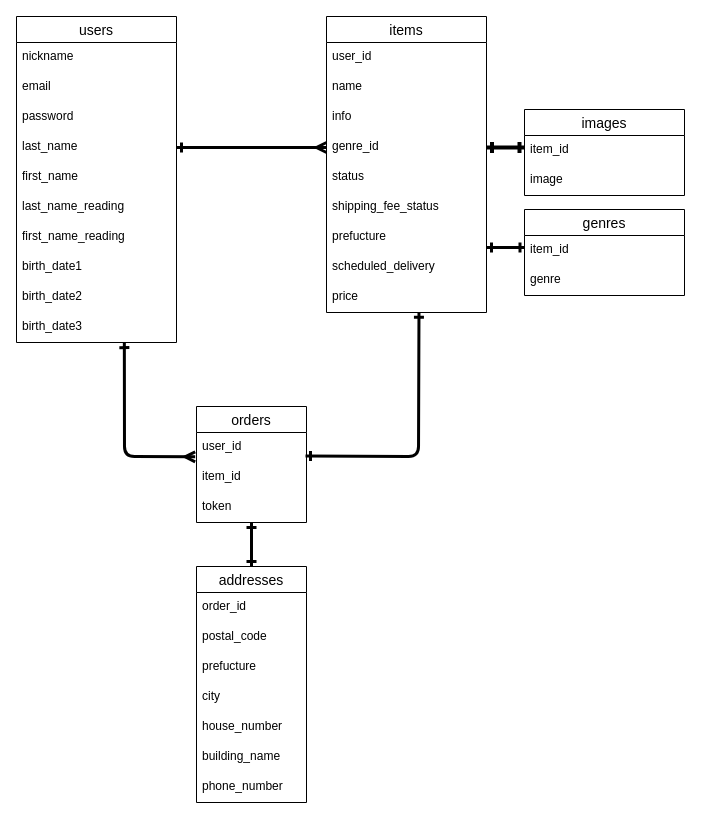
This is furima-39078.dio from molitomoki/furima-39078, a draw.io file, before an edit. Source tidied: cells renumbered, new cells numbered last; positions are measured from the earlier drawing's top-left corner, leaving out a move shared by most shapes. Both pictures are drawn from the tidied source at 100%, with x=0, y=0 at pixel (16, 16).
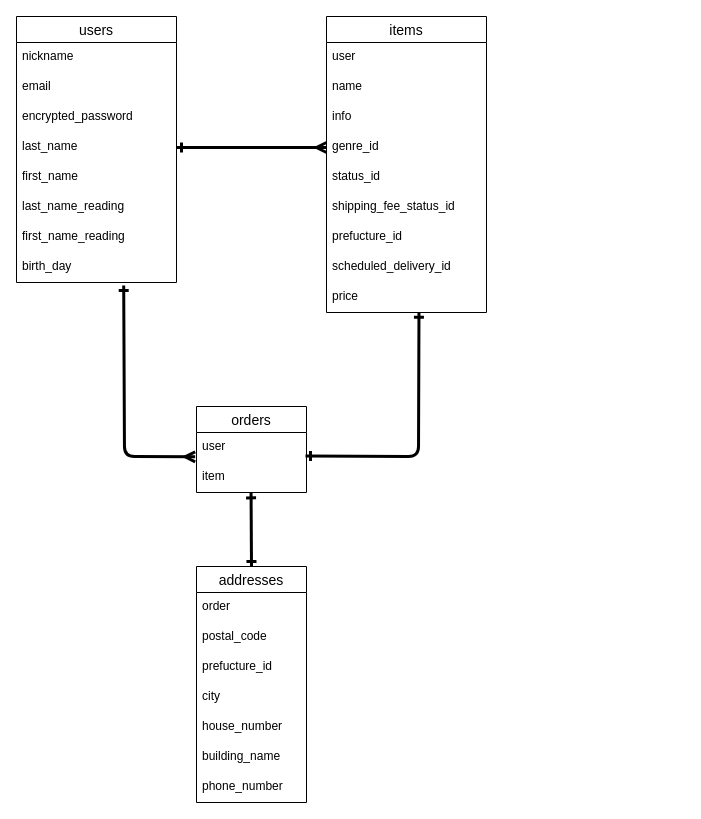
After the change.

Commit message (it also covers changes not shown here):
データベース設計の修正

Unchanged cells that the change refers to:
```xml
<mxCell id="13" value="items" style="swimlane;fontStyle=0;horizontal=1;startSize=26;align=center;fontSize=14;" parent="1" vertex="1">
  <mxGeometry x="310" width="160" height="296" as="geometry" />
</mxCell>
<mxCell id="17" value="genre_id" style="text;strokeColor=none;fillColor=none;spacingLeft=4;spacingRight=4;overflow=hidden;points=[[0,0.5],[1,0.5]];portConstraint=eastwest;fontSize=12;" parent="13" vertex="1">
  <mxGeometry y="116" width="160" height="30" as="geometry" />
</mxCell>
<mxCell id="27" value="addresses" style="swimlane;fontStyle=0;horizontal=1;startSize=26;align=center;fontSize=14;" parent="1" vertex="1">
  <mxGeometry x="180" y="550" width="110" height="236" as="geometry" />
</mxCell>
```

What changed in the source:
```diff
@@
     <mxCell id="2" value="users" style="swimlane;fontStyle=0;horizontal=1;startSize=26;align=center;fontSize=14;" parent="1" vertex="1">
-      <mxGeometry width="160" height="326" as="geometry" />
+      <mxGeometry width="160" height="266" as="geometry" />
     </mxCell>
@@
-    <mxCell id="5" value="password" style="text;strokeColor=none;fillColor=none;spacingLeft=4;spacingRight=4;overflow=hidden;fontSize=12;" parent="2" vertex="1">
+    <mxCell id="5" value="encrypted_password" style="text;strokeColor=none;fillColor=none;spacingLeft=4;spacingRight=4;overflow=hidden;fontSize=12;" parent="2" vertex="1">
       <mxGeometry y="86" width="160" height="30" as="geometry" />
     </mxCell>
@@
-    <mxCell id="10" value="birth_date1" style="text;strokeColor=none;fillColor=none;spacingLeft=4;spacingRight=4;overflow=hidden;points=[[0,0.5],[1,0.5]];portConstraint=eastwest;fontSize=12;" parent="2" vertex="1">
+    <mxCell id="10" value="birth_day" style="text;strokeColor=none;fillColor=none;spacingLeft=4;spacingRight=4;overflow=hidden;points=[[0,0.5],[1,0.5]];portConstraint=eastwest;fontSize=12;" parent="2" vertex="1">
       <mxGeometry y="236" width="160" height="30" as="geometry" />
     </mxCell>
-    <mxCell id="11" value="birth_date2" style="text;strokeColor=none;fillColor=none;spacingLeft=4;spacingRight=4;overflow=hidden;fontSize=12;" parent="2" vertex="1">
-      <mxGeometry y="266" width="160" height="30" as="geometry" />
-    </mxCell>
-    <mxCell id="12" value="birth_date3" style="text;strokeColor=none;fillColor=none;spacingLeft=4;spacingRight=4;overflow=hidden;points=[[0,0.5],[1,0.5]];portConstraint=eastwest;fontSize=12;" parent="2" vertex="1">
-      <mxGeometry y="296" width="160" height="30" as="geometry" />
-    </mxCell>
@@
-    <mxCell id="14" value="user_id" style="text;strokeColor=none;fillColor=none;spacingLeft=4;spacingRight=4;overflow=hidden;fontSize=12;" parent="13" vertex="1">
+    <mxCell id="14" value="user" style="text;strokeColor=none;fillColor=none;spacingLeft=4;spacingRight=4;overflow=hidden;fontSize=12;" parent="13" vertex="1">
       <mxGeometry y="26" width="160" height="30" as="geometry" />
     </mxCell>
@@
-    <mxCell id="18" value="status" style="text;strokeColor=none;fillColor=none;spacingLeft=4;spacingRight=4;overflow=hidden;fontSize=12;" parent="13" vertex="1">
+    <mxCell id="18" value="status_id" style="text;strokeColor=none;fillColor=none;spacingLeft=4;spacingRight=4;overflow=hidden;fontSize=12;" parent="13" vertex="1">
       <mxGeometry y="146" width="160" height="30" as="geometry" />
     </mxCell>
-    <mxCell id="19" value="shipping_fee_status" style="text;strokeColor=none;fillColor=none;spacingLeft=4;spacingRight=4;overflow=hidden;fontSize=12;" parent="13" vertex="1">
+    <mxCell id="19" value="shipping_fee_status_id" style="text;strokeColor=none;fillColor=none;spacingLeft=4;spacingRight=4;overflow=hidden;fontSize=12;" parent="13" vertex="1">
       <mxGeometry y="176" width="160" height="30" as="geometry" />
     </mxCell>
-    <mxCell id="20" value="prefucture" style="text;strokeColor=none;fillColor=none;spacingLeft=4;spacingRight=4;overflow=hidden;fontSize=12;" parent="13" vertex="1">
+    <mxCell id="20" value="prefucture_id" style="text;strokeColor=none;fillColor=none;spacingLeft=4;spacingRight=4;overflow=hidden;fontSize=12;" parent="13" vertex="1">
       <mxGeometry y="206" width="160" height="30" as="geometry" />
     </mxCell>
-    <mxCell id="21" value="scheduled_delivery" style="text;strokeColor=none;fillColor=none;spacingLeft=4;spacingRight=4;overflow=hidden;fontSize=12;" parent="13" vertex="1">
+    <mxCell id="21" value="scheduled_delivery_id" style="text;strokeColor=none;fillColor=none;spacingLeft=4;spacingRight=4;overflow=hidden;fontSize=12;" parent="13" vertex="1">
       <mxGeometry y="236" width="160" height="30" as="geometry" />
     </mxCell>
@@
     <mxCell id="23" value="orders" style="swimlane;fontStyle=0;horizontal=1;startSize=26;align=center;fontSize=14;" parent="1" vertex="1">
-      <mxGeometry x="180" y="390" width="110" height="116" as="geometry" />
+      <mxGeometry x="180" y="390" width="110" height="86" as="geometry" />
     </mxCell>
-    <mxCell id="24" value="user_id" style="text;strokeColor=none;fillColor=none;spacingLeft=4;spacingRight=4;overflow=hidden;points=[[0,0.5],[1,0.5]];portConstraint=eastwest;fontSize=12;" parent="23" vertex="1">
+    <mxCell id="24" value="user" style="text;strokeColor=none;fillColor=none;spacingLeft=4;spacingRight=4;overflow=hidden;points=[[0,0.5],[1,0.5]];portConstraint=eastwest;fontSize=12;" parent="23" vertex="1">
       <mxGeometry y="26" width="110" height="30" as="geometry" />
     </mxCell>
-    <mxCell id="25" value="item_id" style="text;strokeColor=none;fillColor=none;spacingLeft=4;spacingRight=4;overflow=hidden;points=[[0,0.5],[1,0.5]];portConstraint=eastwest;fontSize=12;" parent="23" vertex="1">
+    <mxCell id="25" value="item" style="text;strokeColor=none;fillColor=none;spacingLeft=4;spacingRight=4;overflow=hidden;points=[[0,0.5],[1,0.5]];portConstraint=eastwest;fontSize=12;" parent="23" vertex="1">
       <mxGeometry y="56" width="110" height="30" as="geometry" />
     </mxCell>
-    <mxCell id="26" value="token" style="text;strokeColor=none;fillColor=none;spacingLeft=4;spacingRight=4;overflow=hidden;points=[[0,0.5],[1,0.5]];portConstraint=eastwest;fontSize=12;" parent="23" vertex="1">
-      <mxGeometry y="86" width="110" height="30" as="geometry" />
-    </mxCell>
@@
-    <mxCell id="28" value="order_id" style="text;strokeColor=none;fillColor=none;spacingLeft=4;spacingRight=4;overflow=hidden;fontSize=12;" parent="27" vertex="1">
+    <mxCell id="28" value="order" style="text;strokeColor=none;fillColor=none;spacingLeft=4;spacingRight=4;overflow=hidden;fontSize=12;" parent="27" vertex="1">
       <mxGeometry y="26" width="110" height="30" as="geometry" />
     </mxCell>
@@
-    <mxCell id="30" value="prefucture" style="text;strokeColor=none;fillColor=none;spacingLeft=4;spacingRight=4;overflow=hidden;fontSize=12;" parent="27" vertex="1">
+    <mxCell id="30" value="prefucture_id" style="text;strokeColor=none;fillColor=none;spacingLeft=4;spacingRight=4;overflow=hidden;fontSize=12;" parent="27" vertex="1">
       <mxGeometry y="86" width="110" height="30" as="geometry" />
     </mxCell>
@@
-    <mxCell id="36" style="edgeStyle=none;html=1;entryX=-0.012;entryY=0.811;entryDx=0;entryDy=0;startArrow=ERone;startFill=0;endArrow=ERmany;endFill=0;entryPerimeter=0;exitX=0.674;exitY=1.004;exitDx=0;exitDy=0;exitPerimeter=0;jumpSize=6;strokeWidth=3;" parent="1" edge="1" source="12" target="24">
+    <mxCell id="36" style="edgeStyle=none;html=1;entryX=-0.012;entryY=0.811;entryDx=0;entryDy=0;startArrow=ERone;startFill=0;endArrow=ERmany;endFill=0;entryPerimeter=0;exitX=0.67;exitY=1.1;exitDx=0;exitDy=0;exitPerimeter=0;jumpSize=6;strokeWidth=3;" parent="1" edge="1" source="10" target="24">
       <mxGeometry relative="1" as="geometry">
         <Array as="points">
           <mxPoint x="108" y="440" />
         </Array>
       </mxGeometry>
     </mxCell>
@@
-    <mxCell id="38" style="edgeStyle=none;html=1;entryX=0.5;entryY=0;entryDx=0;entryDy=0;startArrow=ERone;startFill=0;endArrow=ERone;endFill=0;strokeWidth=3;" parent="1" edge="1" source="26" target="27">
+    <mxCell id="38" style="edgeStyle=none;html=1;entryX=0.5;entryY=0;entryDx=0;entryDy=0;startArrow=ERone;startFill=0;endArrow=ERone;endFill=0;strokeWidth=3;exitX=0.496;exitY=1.013;exitDx=0;exitDy=0;exitPerimeter=0;" parent="1" edge="1" source="25" target="27">
       <mxGeometry relative="1" as="geometry" />
     </mxCell>
-    <mxCell id="39" value="images" style="swimlane;fontStyle=0;horizontal=1;startSize=26;align=center;fontSize=14;" parent="1" vertex="1">
-      <mxGeometry x="508" y="93" width="160" height="86" as="geometry" />
-    </mxCell>
-    <mxCell id="40" value="item_id" style="text;strokeColor=none;fillColor=none;spacingLeft=4;spacingRight=4;overflow=hidden;points=[[0,0.5],[1,0.5]];portConstraint=eastwest;fontSize=12;" parent="39" vertex="1">
-      <mxGeometry y="26" width="160" height="30" as="geometry" />
-    </mxCell>
-    <mxCell id="41" value="image" style="text;strokeColor=none;fillColor=none;spacingLeft=4;spacingRight=4;overflow=hidden;fontSize=12;" parent="39" vertex="1">
-      <mxGeometry y="56" width="160" height="30" as="geometry" />
-    </mxCell>
-    <mxCell id="42" style="edgeStyle=none;html=1;exitX=1;exitY=0.5;exitDx=0;exitDy=0;entryX=0.003;entryY=0.398;entryDx=0;entryDy=0;startArrow=ERone;startFill=0;endArrow=ERone;endFill=0;entryPerimeter=0;strokeWidth=4;" parent="1" edge="1" source="17" target="40">
-      <mxGeometry relative="1" as="geometry" />
-    </mxCell>
-    <mxCell id="43" value="genres" style="swimlane;fontStyle=0;horizontal=1;startSize=26;align=center;fontSize=14;" parent="1" vertex="1">
-      <mxGeometry x="508" y="193" width="160" height="86" as="geometry" />
-    </mxCell>
-    <mxCell id="44" value="item_id" style="text;strokeColor=none;fillColor=none;spacingLeft=4;spacingRight=4;overflow=hidden;points=[[0,0.5],[1,0.5]];portConstraint=eastwest;fontSize=12;" parent="43" vertex="1">
-      <mxGeometry y="26" width="160" height="30" as="geometry" />
-    </mxCell>
-    <mxCell id="45" value="genre" style="text;strokeColor=none;fillColor=none;spacingLeft=4;spacingRight=4;overflow=hidden;fontSize=12;" parent="43" vertex="1">
-      <mxGeometry y="56" width="160" height="30" as="geometry" />
-    </mxCell>
-    <mxCell id="46" style="edgeStyle=none;html=1;exitX=1;exitY=0.5;exitDx=0;exitDy=0;entryX=0.003;entryY=0.398;entryDx=0;entryDy=0;startArrow=ERone;startFill=0;endArrow=ERone;endFill=0;entryPerimeter=0;strokeWidth=3;" parent="1" edge="1" target="44">
-      <mxGeometry relative="1" as="geometry">
-        <mxPoint x="470" y="231" as="sourcePoint" />
-      </mxGeometry>
-    </mxCell>
```
